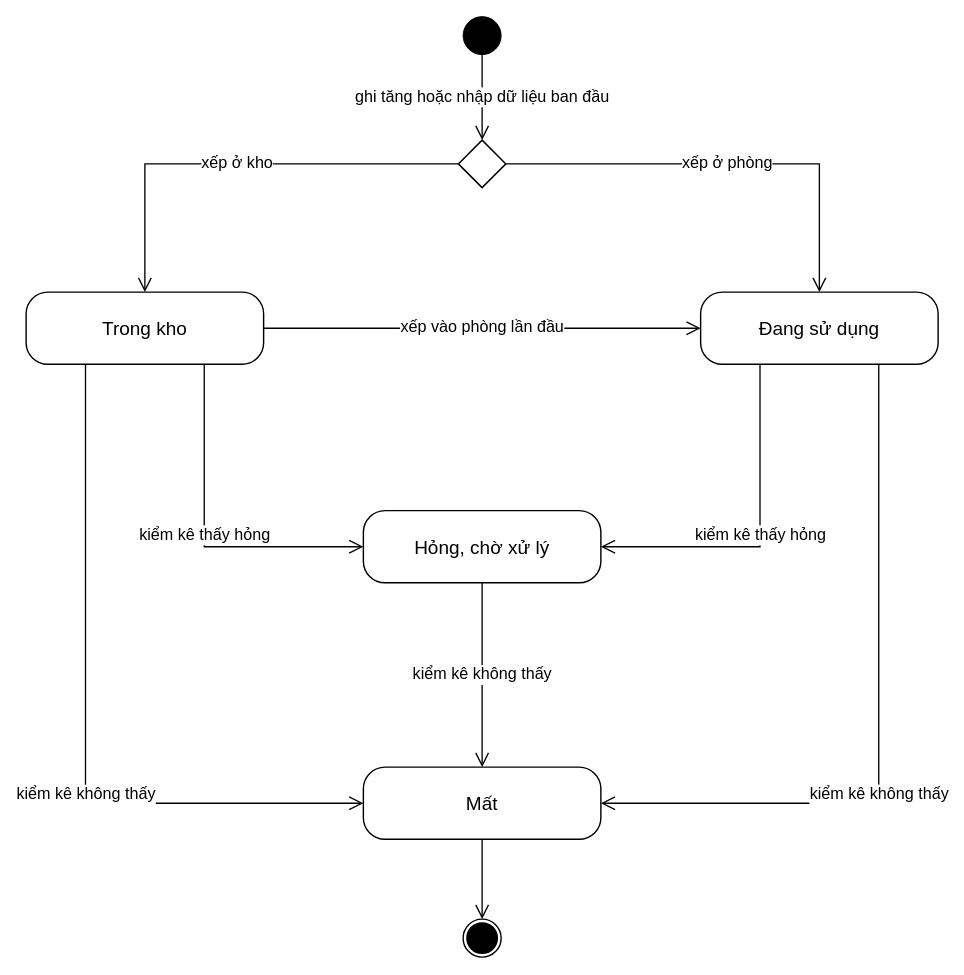
Above: docs/VN/diagram/Report 3/03 Vong doi phieu/Vong doi thiet bi.drawio in LuuDong2004/SEP490_G123_SFEMS (draw.io), before the change. Source tidied: cells renumbered, new cells numbered last; positions are measured from the earlier drawing's top-left corner, leaving out a move shared by most shapes. Both pictures are drawn from the tidied source at 95%, with x=0, y=0 at pixel (26, 16).
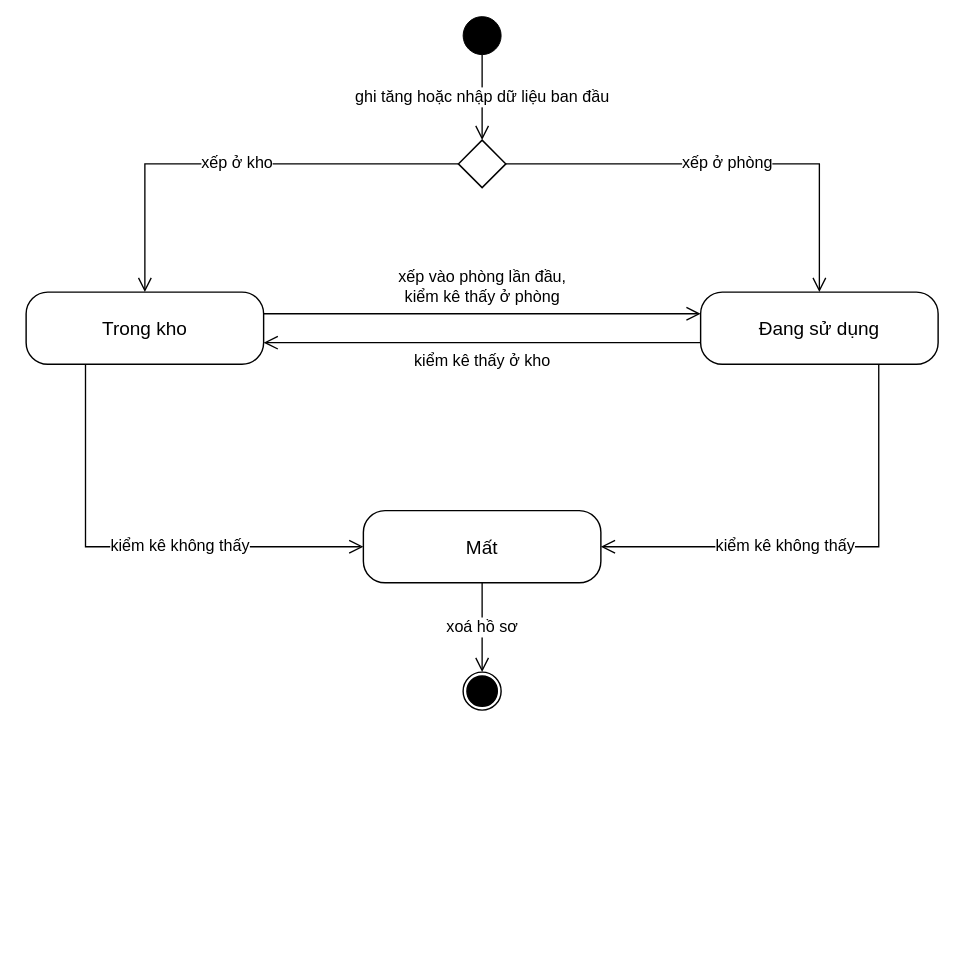
After the change.

Unchanged cells that the change refers to:
```xml
<mxCell id="4" value="Trong kho" style="rounded=1;arcSize=30;whiteSpace=wrap;html=1;fillColor=#FFFFFF;strokeColor=#000000;strokeWidth=1.5;fontSize=20;fontFamily=Arial;" parent="1" vertex="1">
  <mxGeometry y="290" width="250" height="76" as="geometry" />
</mxCell>
<mxCell id="5" value="Đang sử dụng" style="rounded=1;arcSize=30;whiteSpace=wrap;html=1;fillColor=#FFFFFF;strokeColor=#000000;strokeWidth=1.5;fontSize=20;fontFamily=Arial;" parent="1" vertex="1">
  <mxGeometry x="710" y="290" width="250" height="76" as="geometry" />
</mxCell>
```

Change to the diagram source:
```diff
@@
-    <mxCell id="6" value="Hỏng, chờ xử lý" style="rounded=1;arcSize=30;whiteSpace=wrap;html=1;fillColor=#FFFFFF;strokeColor=#000000;strokeWidth=1.5;fontSize=20;fontFamily=Arial;" parent="1" vertex="1">
-      <mxGeometry x="355" y="520" width="250" height="76" as="geometry" />
-    </mxCell>
     <mxCell id="7" value="Mất" style="rounded=1;arcSize=30;whiteSpace=wrap;html=1;fillColor=#FFFFFF;strokeColor=#000000;strokeWidth=1.5;fontSize=20;fontFamily=Arial;" parent="1" vertex="1">
-      <mxGeometry x="355" y="790" width="250" height="76" as="geometry" />
+      <mxGeometry x="355" y="520" width="250" height="76" as="geometry" />
     </mxCell>
     <mxCell id="8" style="ellipse;html=1;shape=endState;fillColor=#000000;strokeColor=#000000;strokeWidth=1.5;" parent="1" vertex="1">
-      <mxGeometry x="460" y="950" width="40" height="40" as="geometry" />
+      <mxGeometry x="460" y="690" width="40" height="40" as="geometry" />
     </mxCell>
@@
-    <mxCell id="12" value="xếp vào phòng lần đầu" style="rounded=0;html=1;endArrow=open;endSize=12;strokeWidth=1.4;strokeColor=#000000;fontSize=17;fontFamily=Arial;labelBackgroundColor=#FFFFFF;exitX=1;exitY=0.5;exitDx=0;exitDy=0;entryX=0;entryY=0.5;entryDx=0;entryDy=0;" parent="1" edge="1" source="4" target="5">
-      <mxGeometry relative="1" as="geometry" />
+    <mxCell id="12" value="xếp vào phòng lần đầu,&lt;br&gt;kiểm kê thấy ở phòng" style="rounded=0;html=1;endArrow=open;endSize=12;strokeWidth=1.4;strokeColor=#000000;fontSize=17;fontFamily=Arial;labelBackgroundColor=#FFFFFF;exitX=1;exitY=0.3;exitDx=0;exitDy=0;entryX=0;entryY=0.3;entryDx=0;entryDy=0;" parent="1" edge="1" source="4" target="5">
+      <mxGeometry relative="1" as="geometry">
+        <mxPoint y="-28" as="offset" />
+      </mxGeometry>
     </mxCell>
-    <mxCell id="13" value="kiểm kê thấy hỏng" style="rounded=0;html=1;endArrow=open;endSize=12;strokeWidth=1.4;strokeColor=#000000;fontSize=17;fontFamily=Arial;labelBackgroundColor=#FFFFFF;edgeStyle=orthogonalEdgeStyle;exitX=0.75;exitY=1;exitDx=0;exitDy=0;entryX=0;entryY=0.5;entryDx=0;entryDy=0;" parent="1" edge="1" source="4" target="6">
-      <mxGeometry relative="1" as="geometry">
-        <Array as="points">
-          <mxPoint x="187" y="558" />
-        </Array>
-      </mxGeometry>
-    </mxCell>
-    <mxCell id="14" value="kiểm kê thấy hỏng" style="rounded=0;html=1;endArrow=open;endSize=12;strokeWidth=1.4;strokeColor=#000000;fontSize=17;fontFamily=Arial;labelBackgroundColor=#FFFFFF;edgeStyle=orthogonalEdgeStyle;exitX=0.25;exitY=1;exitDx=0;exitDy=0;entryX=1;entryY=0.5;entryDx=0;entryDy=0;" parent="1" edge="1" source="5" target="6">
-      <mxGeometry relative="1" as="geometry">
-        <Array as="points">
-          <mxPoint x="772" y="558" />
-        </Array>
-      </mxGeometry>
-    </mxCell>
     <mxCell id="15" value="kiểm kê không thấy" style="rounded=0;html=1;endArrow=open;endSize=12;strokeWidth=1.4;strokeColor=#000000;fontSize=17;fontFamily=Arial;labelBackgroundColor=#FFFFFF;edgeStyle=orthogonalEdgeStyle;exitX=0.25;exitY=1;exitDx=0;exitDy=0;entryX=0;entryY=0.5;entryDx=0;entryDy=0;" parent="1" edge="1" source="4" target="7">
       <mxGeometry x="0.2" relative="1" as="geometry">
         <Array as="points">
-          <mxPoint x="62" y="828" />
+          <mxPoint x="62" y="558" />
         </Array>
       </mxGeometry>
     </mxCell>
     <mxCell id="16" value="kiểm kê không thấy" style="rounded=0;html=1;endArrow=open;endSize=12;strokeWidth=1.4;strokeColor=#000000;fontSize=17;fontFamily=Arial;labelBackgroundColor=#FFFFFF;edgeStyle=orthogonalEdgeStyle;exitX=0.75;exitY=1;exitDx=0;exitDy=0;entryX=1;entryY=0.5;entryDx=0;entryDy=0;" parent="1" edge="1" source="5" target="7">
       <mxGeometry x="0.2" relative="1" as="geometry">
         <Array as="points">
-          <mxPoint x="897" y="828" />
+          <mxPoint x="897" y="558" />
         </Array>
       </mxGeometry>
     </mxCell>
-    <mxCell id="17" value="kiểm kê không thấy" style="rounded=0;html=1;endArrow=open;endSize=12;strokeWidth=1.4;strokeColor=#000000;fontSize=17;fontFamily=Arial;labelBackgroundColor=#FFFFFF;exitX=0.5;exitY=1;exitDx=0;exitDy=0;entryX=0.5;entryY=0;entryDx=0;entryDy=0;" parent="1" edge="1" source="6" target="7">
-      <mxGeometry relative="1" as="geometry" />
-    </mxCell>
-    <mxCell id="18" style="rounded=0;html=1;endArrow=open;endSize=12;strokeWidth=1.4;strokeColor=#000000;fontSize=17;fontFamily=Arial;labelBackgroundColor=#FFFFFF;exitX=0.5;exitY=1;exitDx=0;exitDy=0;entryX=0.5;entryY=0;entryDx=0;entryDy=0;" parent="1" edge="1" source="7" target="8">
+    <mxCell id="18" value="xoá hồ sơ" style="rounded=0;html=1;endArrow=open;endSize=12;strokeWidth=1.4;strokeColor=#000000;fontSize=17;fontFamily=Arial;labelBackgroundColor=#FFFFFF;exitX=0.5;exitY=1;exitDx=0;exitDy=0;entryX=0.5;entryY=0;entryDx=0;entryDy=0;" parent="1" edge="1" source="7" target="8">
       <mxGeometry relative="1" as="geometry" />
     </mxCell>
+    <mxCell id="19" value="kiểm kê thấy ở kho" style="rounded=0;html=1;endArrow=open;endSize=12;strokeWidth=1.4;strokeColor=#000000;fontSize=17;fontFamily=Arial;labelBackgroundColor=#FFFFFF;exitX=0;exitY=0.7;exitDx=0;exitDy=0;entryX=1;entryY=0.7;entryDx=0;entryDy=0;" parent="1" edge="1" source="5" target="4">
+      <mxGeometry relative="1" as="geometry">
+        <mxPoint y="20" as="offset" />
+      </mxGeometry>
+    </mxCell>
```
